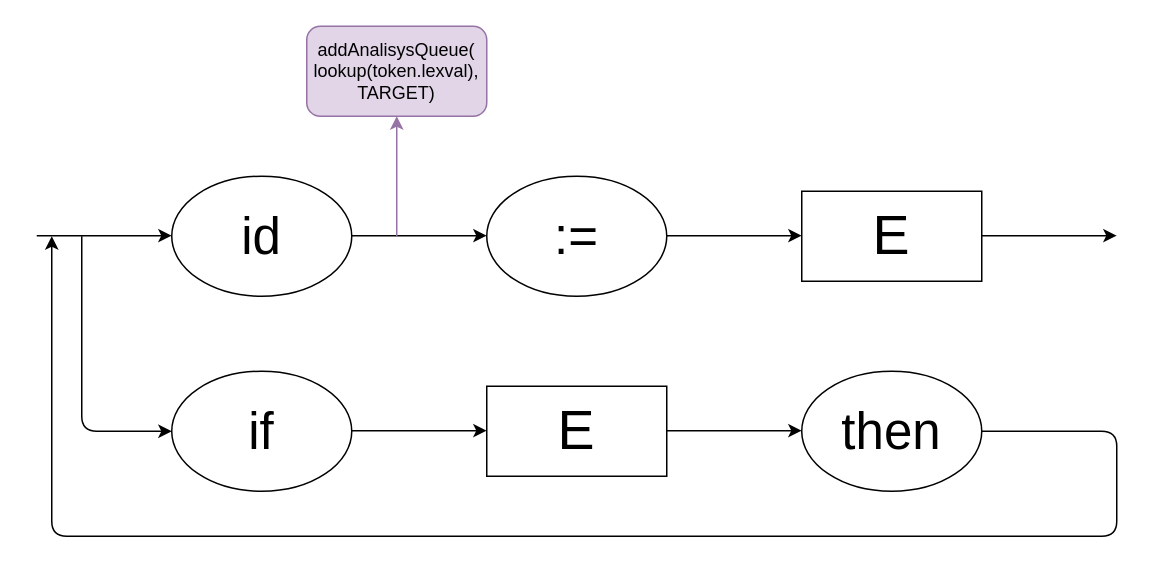
This is grafosSintaticos/semanticRules/s_sr.drawio from AdrianoII/gccc, a draw.io file, before an edit. Source tidied: cells renumbered, new cells numbered last; positions are measured from the earlier drawing's top-left corner, leaving out a move shared by most shapes. Both pictures are drawn from the tidied source at 150%, with x=0, y=0 at pixel (36, 26).
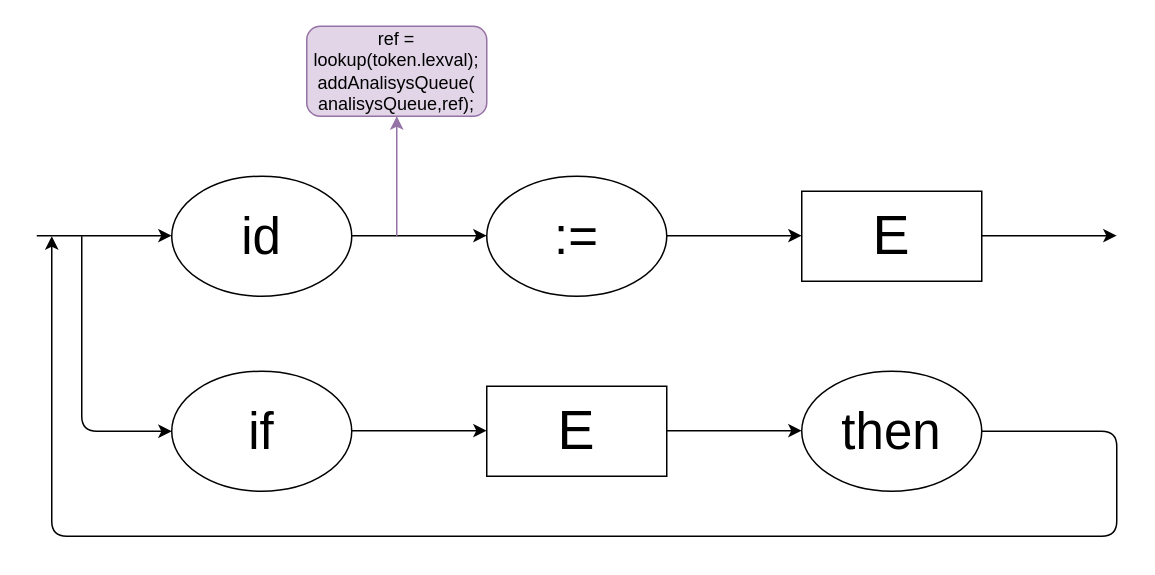
The same page after the edit.

Unchanged cells that the change refers to:
```xml
<mxCell id="2" style="group;" parent="1" vertex="1">
  <mxGeometry width="720" height="340" as="geometry" />
</mxCell>
```

Change to the diagram source:
```diff
@@
-    <mxCell id="19" value="addAnalisysQueue( lookup(token.lexval),&lt;br&gt;TARGET)" style="rounded=1;whiteSpace=wrap;html=1;fillColor=#e1d5e7;strokeColor=#9673a6;" parent="2" vertex="1">
+    <mxCell id="19" value="ref =&lt;br&gt;lookup(token.lexval);&lt;br&gt;addAnalisysQueue(&lt;br&gt;analisysQueue,ref);" style="rounded=1;whiteSpace=wrap;html=1;fillColor=#e1d5e7;strokeColor=#9673a6;" parent="2" vertex="1">
       <mxGeometry x="180" width="120" height="60" as="geometry" />
     </mxCell>
```
